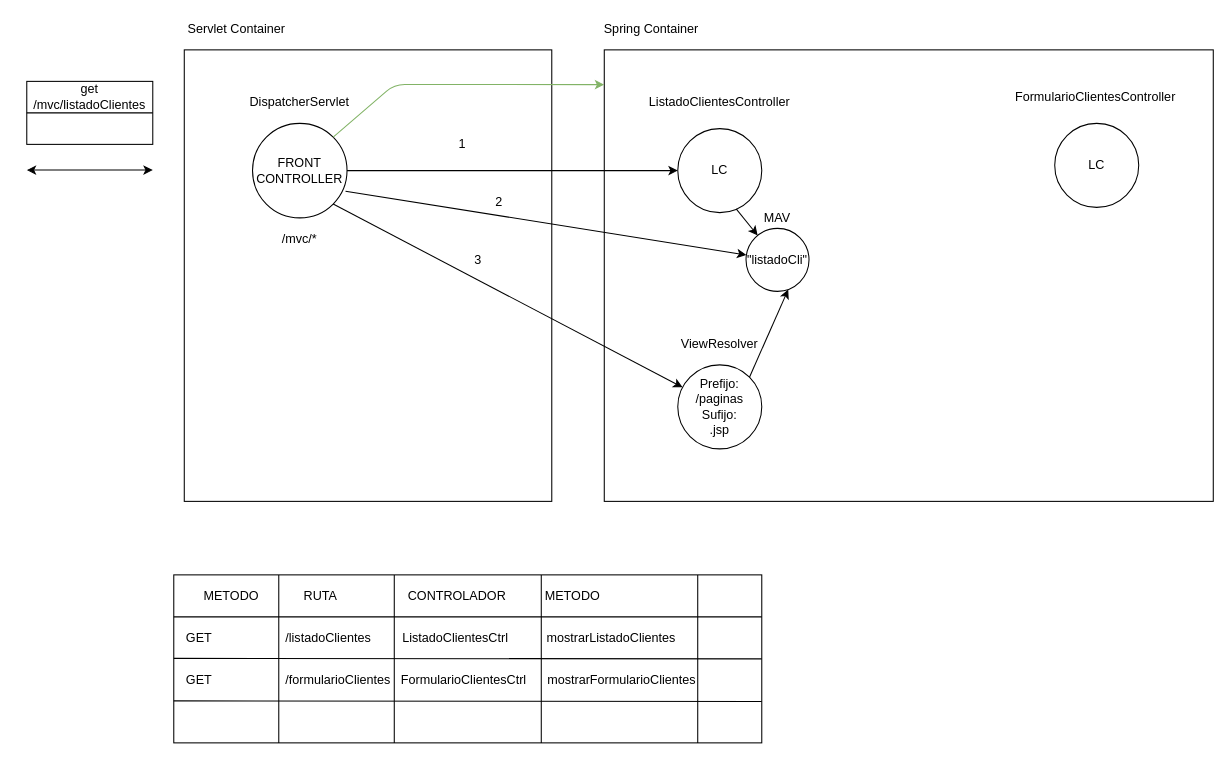
Before: page "Página-1" (1 of 4) of Dibujillos.drawio in lrag/SpringPracticas, a draw.io diagram. Source tidied: cells renumbered, new cells numbered last; positions are measured from the earlier drawing's top-left corner, leaving out a move shared by most shapes. Both pictures are drawn from the tidied source at 105%, with x=0, y=0 at pixel (26, 18).
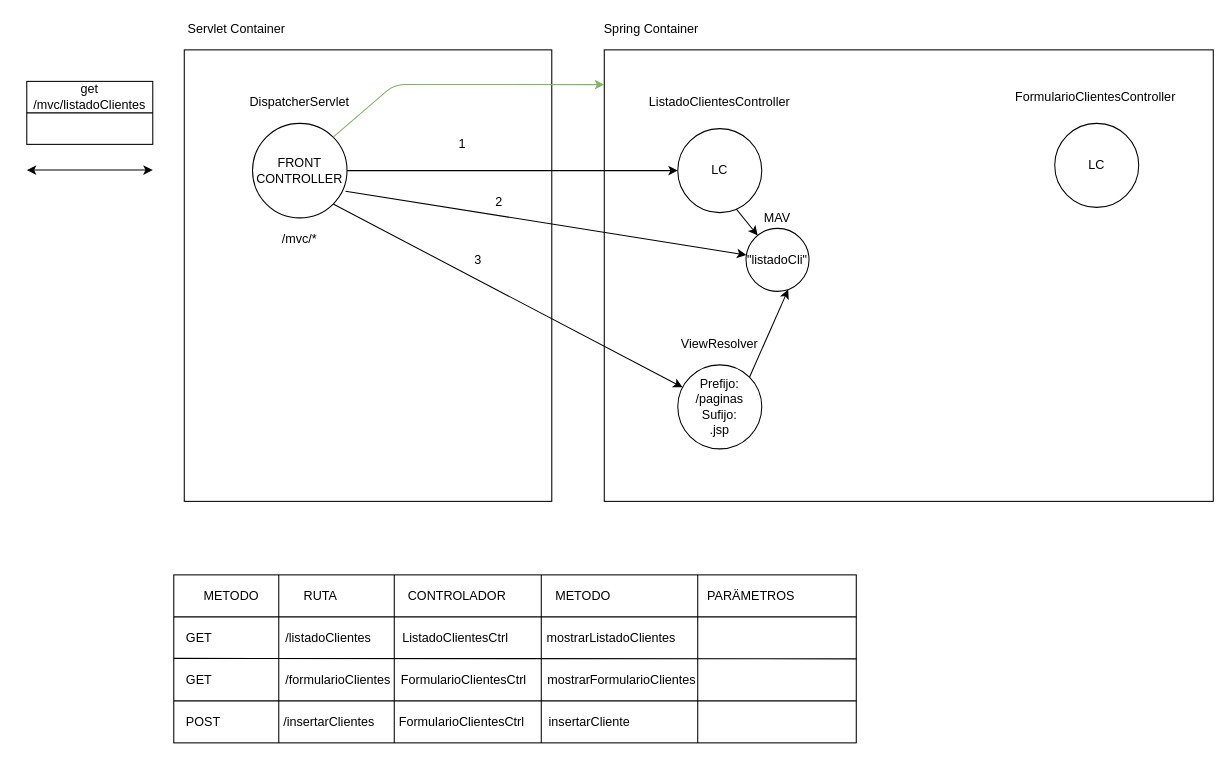
After the change.

Change to the diagram source:
```diff
@@
     <mxCell id="27" style="rounded=0;whiteSpace=wrap;html=1;" parent="1" vertex="1">
-      <mxGeometry x="140" y="530" width="560" height="160" as="geometry" />
+      <mxGeometry x="140" y="530" width="650" height="160" as="geometry" />
     </mxCell>
@@
     <mxCell id="36" value="METODO" style="text;html=1;strokeColor=none;fillColor=none;align=center;verticalAlign=middle;whiteSpace=wrap;rounded=0;" parent="1" vertex="1">
-      <mxGeometry x="500" y="540" width="40" height="20" as="geometry" />
+      <mxGeometry x="510" y="540" width="40" height="20" as="geometry" />
     </mxCell>
@@
-    <mxCell id="43" style="endArrow=none;html=1;entryX=1;entryY=0.5;entryDx=0;entryDy=0;" parent="1" edge="1">
+    <mxCell id="43" style="endArrow=none;html=1;entryX=1;entryY=0.75;entryDx=0;entryDy=0;" parent="1" edge="1" target="27">
       <mxGeometry relative="1" as="geometry">
         <mxPoint x="140" y="650" as="sourcePoint" />
-        <mxPoint x="700" y="650.5" as="targetPoint" />
       </mxGeometry>
     </mxCell>
+    <mxCell id="44" value="POST&amp;nbsp; &amp;nbsp; &amp;nbsp; &amp;nbsp; &amp;nbsp; &amp;nbsp; &amp;nbsp; &amp;nbsp; &amp;nbsp; /insertarClientes&amp;nbsp; &amp;nbsp; &amp;nbsp; &amp;nbsp;FormularioClientesCtrl&amp;nbsp; &amp;nbsp; &amp;nbsp; &amp;nbsp;insertarCliente" style="text;html=1;strokeColor=none;fillColor=none;align=left;verticalAlign=middle;whiteSpace=wrap;rounded=0;" parent="1" vertex="1">
+      <mxGeometry x="150" y="660" width="530" height="20" as="geometry" />
+    </mxCell>
+    <mxCell id="45" value="PARÄMETROS" style="text;html=1;strokeColor=none;fillColor=none;align=center;verticalAlign=middle;whiteSpace=wrap;rounded=0;" parent="1" vertex="1">
+      <mxGeometry x="670" y="540" width="40" height="20" as="geometry" />
+    </mxCell>
```
